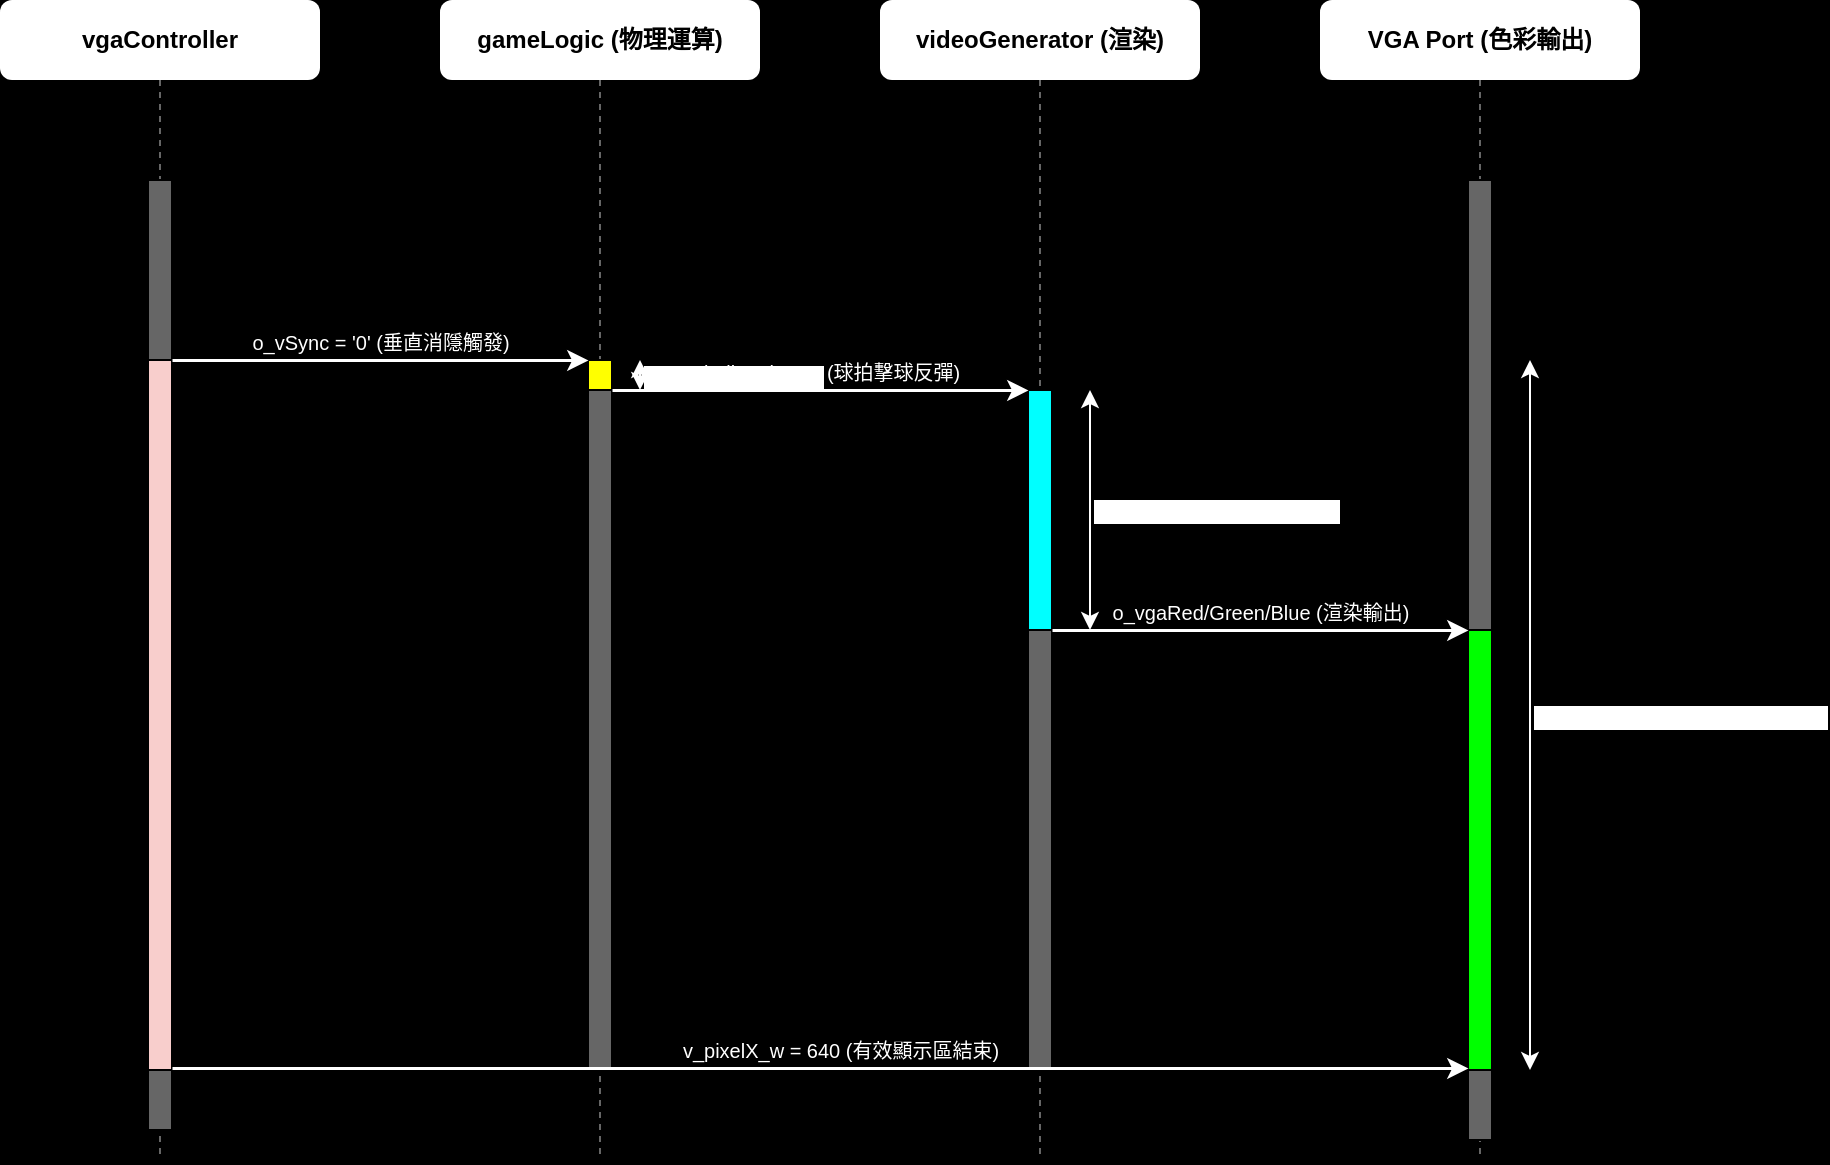
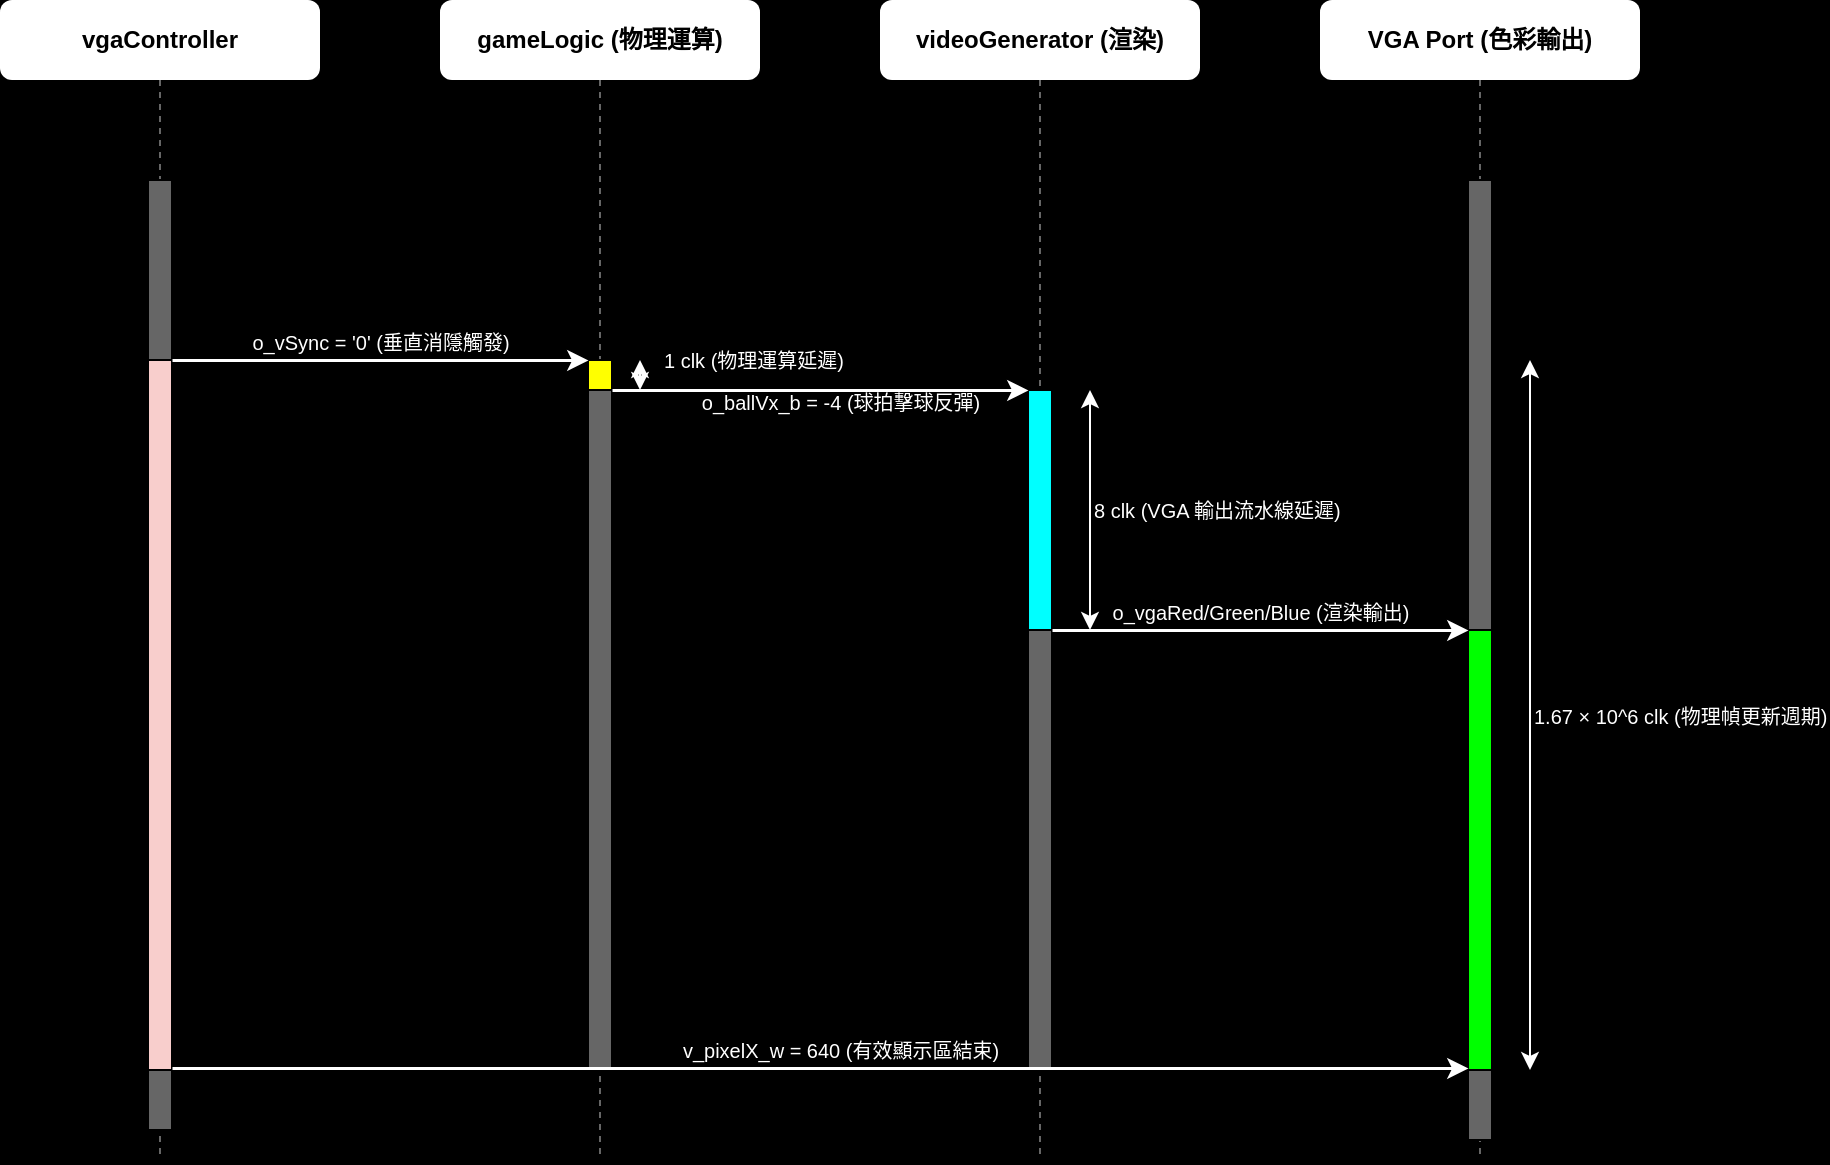
<mxfile host="65bd71144e">
    <diagram id="msc_sequence_diagram" name="MSC時序圖">
-         <mxGraphModel dx="1072" dy="984" grid="1" gridSize="10" guides="1" tooltips="1" connect="1" arrows="1" fold="1" page="1" pageScale="1" pageWidth="1000" pageHeight="750" background="#000000" math="0" shadow="0">
+         <mxGraphModel dx="2231" dy="1634" grid="1" gridSize="10" guides="1" tooltips="1" connect="1" arrows="1" fold="1" page="1" pageScale="1" pageWidth="1000" pageHeight="750" background="#000000" math="0" shadow="0">
            <root>
                <mxCell id="0"/>
                <mxCell id="1" parent="0"/>
                <mxCell id="h_vga" value="vgaController" style="rounded=1;whiteSpace=wrap;html=1;fillColor=#FFFFFF;strokeColor=none;fontColor=#000000;fontSize=12;fontStyle=1;align=center;" parent="1" vertex="1">
                    <mxGeometry x="60" y="20" width="160" height="40" as="geometry"/>
                </mxCell>
                <mxCell id="h_logic" value="gameLogic (物理運算)" style="rounded=1;whiteSpace=wrap;html=1;fillColor=#FFFFFF;strokeColor=none;fontColor=#000000;fontSize=12;fontStyle=1;align=center;" parent="1" vertex="1">
                    <mxGeometry x="280" y="20" width="160" height="40" as="geometry"/>
                </mxCell>
                <mxCell id="h_video" value="videoGenerator (渲染)" style="rounded=1;whiteSpace=wrap;html=1;fillColor=#FFFFFF;strokeColor=none;fontColor=#000000;fontSize=12;fontStyle=1;align=center;" parent="1" vertex="1">
                    <mxGeometry x="500" y="20" width="160" height="40" as="geometry"/>
                </mxCell>
                <mxCell id="h_port" value="VGA Port (色彩輸出)" style="rounded=1;whiteSpace=wrap;html=1;fillColor=#FFFFFF;strokeColor=none;fontColor=#000000;fontSize=12;fontStyle=1;align=center;" parent="1" vertex="1">
                    <mxGeometry x="720" y="20" width="160" height="40" as="geometry"/>
                </mxCell>
                <mxCell id="l_vga" style="endArrow=none;dashed=1;html=1;strokeColor=#666666;strokeWidth=1;" parent="1" edge="1">
                    <mxGeometry relative="1" as="geometry">
                        <mxPoint x="140" y="60" as="sourcePoint"/>
                        <mxPoint x="140" y="600" as="targetPoint"/>
                    </mxGeometry>
                </mxCell>
                <mxCell id="l_logic" style="endArrow=none;dashed=1;html=1;strokeColor=#666666;strokeWidth=1;" parent="1" edge="1">
                    <mxGeometry relative="1" as="geometry">
                        <mxPoint x="360" y="60" as="sourcePoint"/>
                        <mxPoint x="360" y="600" as="targetPoint"/>
                    </mxGeometry>
                </mxCell>
                <mxCell id="l_video" style="endArrow=none;dashed=1;html=1;strokeColor=#666666;strokeWidth=1;" parent="1" edge="1">
                    <mxGeometry relative="1" as="geometry">
                        <mxPoint x="580" y="60" as="sourcePoint"/>
                        <mxPoint x="580" y="600" as="targetPoint"/>
                    </mxGeometry>
                </mxCell>
                <mxCell id="l_port" style="endArrow=none;dashed=1;html=1;strokeColor=#666666;strokeWidth=1;" parent="1" edge="1">
                    <mxGeometry relative="1" as="geometry">
                        <mxPoint x="800" y="60" as="sourcePoint"/>
                        <mxPoint x="800" y="600" as="targetPoint"/>
                    </mxGeometry>
                </mxCell>
                <mxCell id="bar_vga_gray1" style="rounded=0;whiteSpace=wrap;html=1;strokeColor=#000000;strokeWidth=1;fillColor=#666666;" parent="1" vertex="1">
                    <mxGeometry x="134" y="110" width="12" height="90" as="geometry"/>
                </mxCell>
                <mxCell id="bar_vga_pink" style="rounded=0;whiteSpace=wrap;html=1;strokeColor=#000000;strokeWidth=1;fillColor=#F8CECC;" parent="1" vertex="1">
                    <mxGeometry x="134" y="200" width="12" height="355" as="geometry"/>
                </mxCell>
                <mxCell id="bar_vga_gray2" style="rounded=0;whiteSpace=wrap;html=1;strokeColor=#000000;strokeWidth=1;fillColor=#666666;" parent="1" vertex="1">
                    <mxGeometry x="134" y="555" width="12" height="30" as="geometry"/>
                </mxCell>
                <mxCell id="bar_logic_yellow" style="rounded=0;whiteSpace=wrap;html=1;strokeColor=#000000;strokeWidth=1;fillColor=#FFFF00;" parent="1" vertex="1">
                    <mxGeometry x="354" y="200" width="12" height="15" as="geometry"/>
                </mxCell>
                <mxCell id="bar_logic_gray" style="rounded=0;whiteSpace=wrap;html=1;strokeColor=#000000;strokeWidth=1;fillColor=#666666;" parent="1" vertex="1">
                    <mxGeometry x="354" y="215" width="12" height="340" as="geometry"/>
                </mxCell>
                <mxCell id="bar_video_blue" style="rounded=0;whiteSpace=wrap;html=1;strokeColor=#000000;strokeWidth=1;fillColor=#00FFFF;" parent="1" vertex="1">
                    <mxGeometry x="574" y="215" width="12" height="120" as="geometry"/>
                </mxCell>
                <mxCell id="bar_video_gray" style="rounded=0;whiteSpace=wrap;html=1;strokeColor=#000000;strokeWidth=1;fillColor=#666666;" parent="1" vertex="1">
                    <mxGeometry x="574" y="335" width="12" height="220" as="geometry"/>
                </mxCell>
                <mxCell id="bar_port_gray1" style="rounded=0;whiteSpace=wrap;html=1;strokeColor=#000000;strokeWidth=1;fillColor=#666666;" parent="1" vertex="1">
                    <mxGeometry x="794" y="110" width="12" height="225" as="geometry"/>
                </mxCell>
                <mxCell id="bar_port_green" style="rounded=0;whiteSpace=wrap;html=1;strokeColor=#000000;strokeWidth=1;fillColor=#00FF00;" parent="1" vertex="1">
                    <mxGeometry x="794" y="335" width="12" height="220" as="geometry"/>
                </mxCell>
                <mxCell id="bar_port_gray2" style="rounded=0;whiteSpace=wrap;html=1;strokeColor=#000000;strokeWidth=1;fillColor=#666666;" parent="1" vertex="1">
                    <mxGeometry x="794" y="555" width="12" height="35" as="geometry"/>
                </mxCell>
                <mxCell id="msg_vsync" value="o_vSync = '0' (垂直消隱觸發)" style="edgeStyle=none;orthogonalLoop=1;jettySize=auto;html=1;strokeColor=#FFFFFF;strokeWidth=1.5;endArrow=classic;endFill=1;fontSize=10;fontColor=#FFFFFF;verticalAlign=bottom;labelBackgroundColor=none;" parent="1" edge="1">
                    <mxGeometry relative="1" as="geometry">
                        <mxPoint x="146" y="200" as="sourcePoint"/>
                        <mxPoint x="354" y="200" as="targetPoint"/>
                    </mxGeometry>
                </mxCell>
                <mxCell id="msg_ball" value="o_ballVx_b = -4 (球拍擊球反彈)" style="edgeStyle=none;orthogonalLoop=1;jettySize=auto;html=1;strokeColor=#FFFFFF;strokeWidth=1.5;endArrow=classic;endFill=1;fontSize=10;fontColor=#FFFFFF;verticalAlign=bottom;labelBackgroundColor=none;" parent="1" edge="1">
-                     <mxGeometry relative="1" as="geometry">
+                     <mxGeometry x="0.0962" y="-15" relative="1" as="geometry">
                        <mxPoint x="366" y="215" as="sourcePoint"/>
                        <mxPoint x="574" y="215" as="targetPoint"/>
+                         <mxPoint as="offset"/>
                    </mxGeometry>
                </mxCell>
                <mxCell id="msg_color" value="o_vgaRed/Green/Blue (渲染輸出)" style="edgeStyle=none;orthogonalLoop=1;jettySize=auto;html=1;strokeColor=#FFFFFF;strokeWidth=1.5;endArrow=classic;endFill=1;fontSize=10;fontColor=#FFFFFF;verticalAlign=bottom;labelBackgroundColor=none;" parent="1" edge="1">
                    <mxGeometry relative="1" as="geometry">
                        <mxPoint x="586" y="335" as="sourcePoint"/>
                        <mxPoint x="794" y="335" as="targetPoint"/>
                    </mxGeometry>
                </mxCell>
                <mxCell id="msg_disp_end" value="v_pixelX_w = 640 (有效顯示區結束)" style="edgeStyle=none;orthogonalLoop=1;jettySize=auto;html=1;strokeColor=#FFFFFF;strokeWidth=1.5;endArrow=classic;endFill=1;fontSize=10;fontColor=#FFFFFF;verticalAlign=bottom;labelBackgroundColor=none;" parent="1" edge="1">
                    <mxGeometry x="0.0309" relative="1" as="geometry">
                        <mxPoint x="146" y="554" as="sourcePoint"/>
                        <mxPoint x="794" y="554" as="targetPoint"/>
                        <mxPoint as="offset"/>
                    </mxGeometry>
                </mxCell>
-                 <mxCell id="delay_logic" value="1 clk (物理運算延遲)" style="endArrow=classic;startArrow=classic;html=1;strokeColor=#FFFFFF;strokeWidth=1;fontSize=10;fontColor=#FFFFFF;align=left;verticalAlign=middle;" parent="1" edge="1">
-                     <mxGeometry relative="1" as="geometry">
+                 <mxCell id="delay_logic" value="1 clk (物理運算延遲)" style="endArrow=classic;startArrow=classic;html=1;strokeColor=#FFFFFF;strokeWidth=1;fontSize=10;fontColor=#FFFFFF;align=left;verticalAlign=middle;labelBackgroundColor=#000000;" parent="1" edge="1">
+                     <mxGeometry x="-1" y="10" relative="1" as="geometry">
                        <mxPoint x="380" y="200" as="sourcePoint"/>
                        <mxPoint x="380" y="215" as="targetPoint"/>
+                         <mxPoint as="offset"/>
                    </mxGeometry>
                </mxCell>
-                 <mxCell id="delay_video" value="8 clk (VGA 輸出流水線延遲)" style="endArrow=classic;startArrow=classic;html=1;strokeColor=#FFFFFF;strokeWidth=1;fontSize=10;fontColor=#FFFFFF;align=left;verticalAlign=middle;" parent="1" edge="1">
+                 <mxCell id="delay_video" value="8 clk (VGA 輸出流水線延遲)" style="endArrow=classic;startArrow=classic;html=1;strokeColor=#FFFFFF;strokeWidth=1;fontSize=10;fontColor=#FFFFFF;align=left;verticalAlign=middle;labelBackgroundColor=#000000;" parent="1" edge="1">
                    <mxGeometry relative="1" as="geometry">
                        <mxPoint x="605" y="215" as="sourcePoint"/>
                        <mxPoint x="605" y="335" as="targetPoint"/>
                    </mxGeometry>
                </mxCell>
-                 <mxCell id="time_refresh" value="1.67 × 10^6 clk (物理幀更新週期)" style="endArrow=classic;startArrow=classic;html=1;strokeColor=#FFFFFF;strokeWidth=1;fontSize=10;fontColor=#FFFFFF;align=left;verticalAlign=middle;" parent="1" edge="1">
+                 <mxCell id="time_refresh" value="1.67 × 10^6 clk (物理幀更新週期)" style="endArrow=classic;startArrow=classic;html=1;strokeColor=#FFFFFF;strokeWidth=1;fontSize=10;fontColor=#FFFFFF;align=left;verticalAlign=middle;labelBackgroundColor=#000000;" parent="1" edge="1">
                    <mxGeometry relative="1" as="geometry">
                        <mxPoint x="825" y="200" as="sourcePoint"/>
                        <mxPoint x="825" y="555" as="targetPoint"/>
                    </mxGeometry>
                </mxCell>
            </root>
        </mxGraphModel>
    </diagram>
</mxfile>